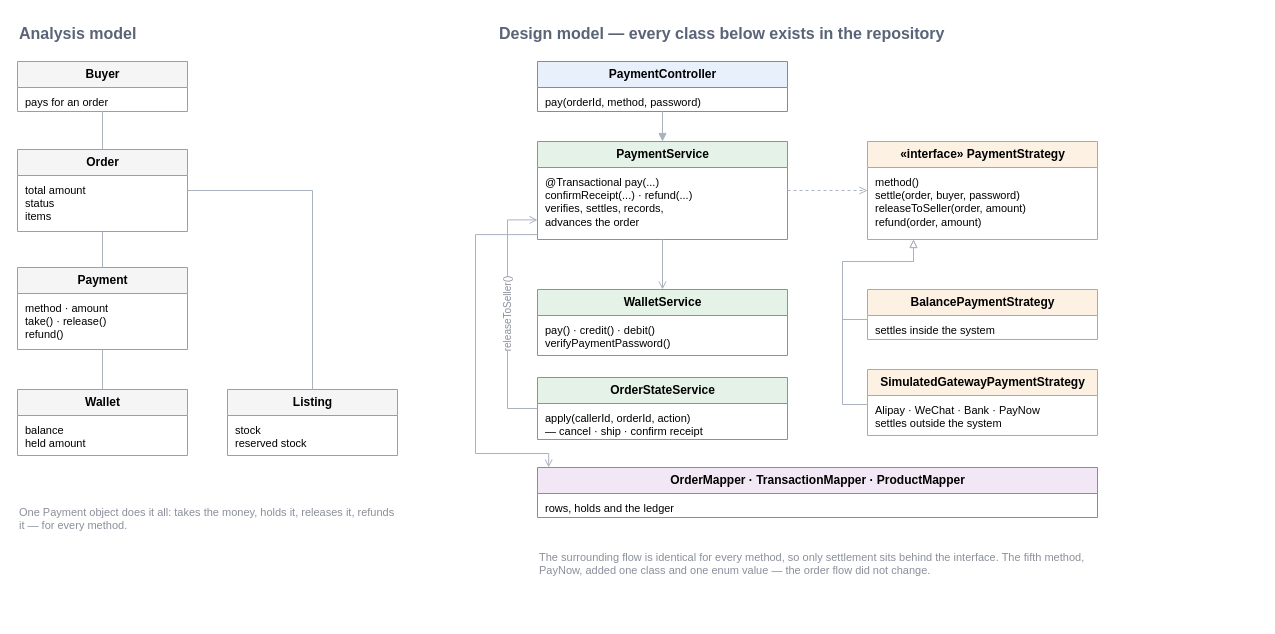
NUS-SE-34FT-GROUP4/c2cTradePlatform keeps this draw.io diagram as docs/architecture/diagrams/model-pay-for-an-order.drawio. Above is the earlier version. Source tidied: cells renumbered, new cells numbered last; positions are measured from the earlier drawing's top-left corner, leaving out a move shared by most shapes. Both pictures are drawn from the tidied source at 100%, with x=0, y=0 at pixel (17, 17).
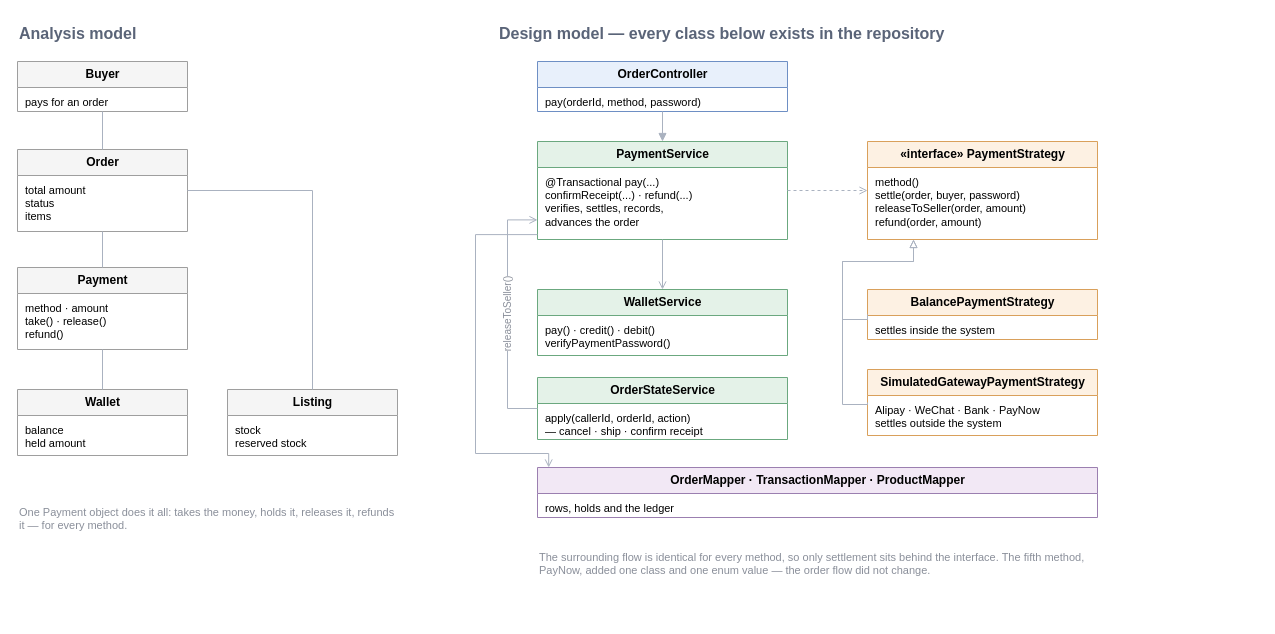
Above is the later version.

Commit message (it also covers changes not shown here):
Add the Pay for an Order sequence diagrams and name the real controller

Change to the diagram source:
```diff
@@
-    <mxCell id="19" value="PaymentController" style="swimlane;html=1;fontSize=12;fontStyle=1;startSize=26;fillColor=#E8F0FB;strokeColor=#6E8FC4;align=center;" parent="1" vertex="1">
+    <mxCell id="19" value="OrderController" style="swimlane;html=1;fontSize=12;fontStyle=1;startSize=26;fillColor=#E8F0FB;strokeColor=#6E8FC4;align=center;" parent="1" vertex="1">
       <mxGeometry x="520" y="44" width="250" height="50" as="geometry" />
     </mxCell>
```
